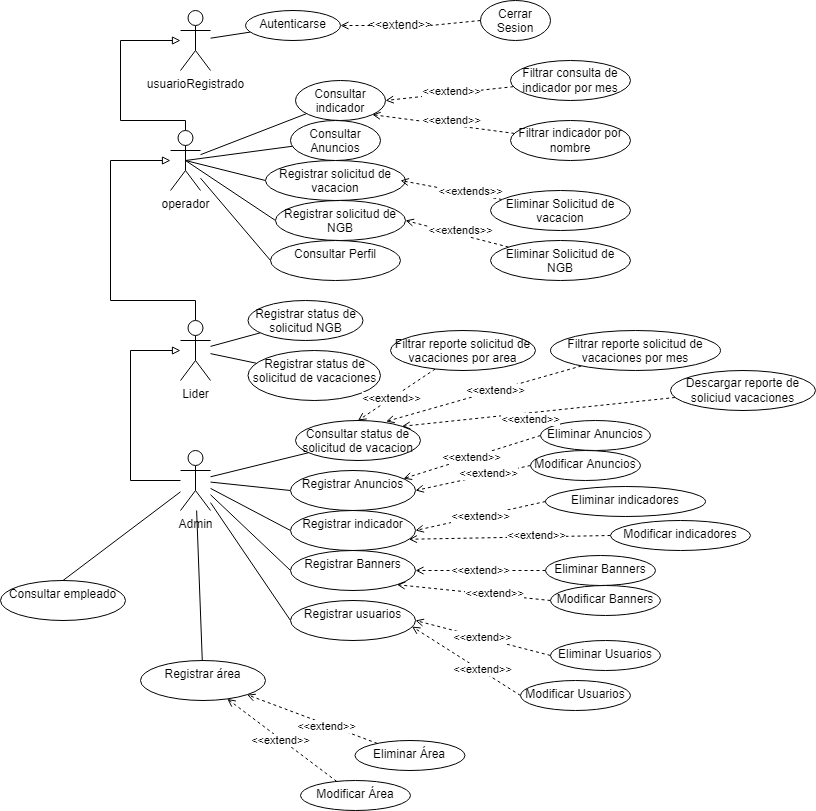
Before: Recursos_de_Proyecto/Diagrama Casos de Usos NatGas.drawio.png, a diagram exported from draw.io (AndresMaganaPerez/Phantom_tc2005b). Source tidied: cells renumbered, new cells last; positions are measured from the earlier drawing's top-left corner, leaving out a move shared by most shapes.
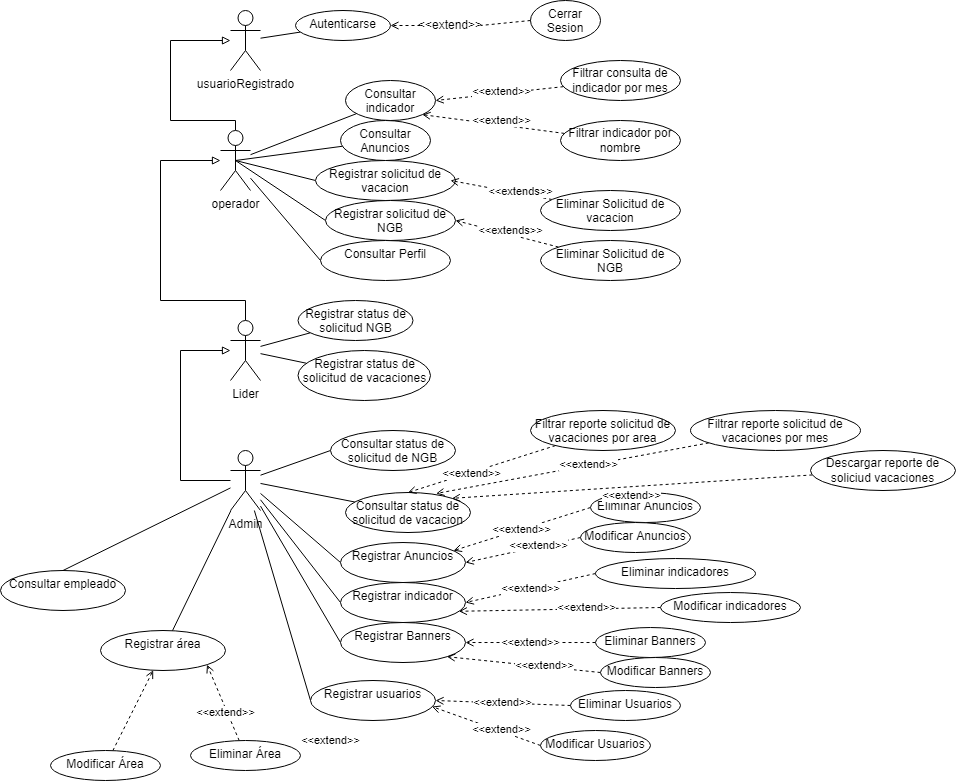
After the commit.

Change to the diagram source:
```diff
@@ -106,23 +106,26 @@
     <mxCell id="30" style="edgeStyle=none;rounded=0;jettySize=auto;html=1;entryX=0.5;entryY=0;entryDx=0;entryDy=0;endArrow=none;endFill=0;" parent="1" edge="1" source="31" target="89">
       <mxGeometry relative="1" as="geometry" />
     </mxCell>
+    <mxCell id="90" style="rounded=0;jettySize=auto;html=1;entryX=0;entryY=0.5;entryDx=0;entryDy=0;endArrow=none;endFill=0;" parent="1" edge="1" source="31" target="91">
+      <mxGeometry relative="1" as="geometry" />
+    </mxCell>
     <mxCell id="31" value="Admin" style="shape=umlActor;verticalLabelPosition=bottom;verticalAlign=top;html=1;outlineConnect=0;" parent="1" vertex="1">
       <mxGeometry x="180" y="450" width="30" height="60" as="geometry" />
     </mxCell>
     <mxCell id="32" value="Consultar status de solicitud de vacacion" style="ellipse;whiteSpace=wrap;html=1;verticalAlign=top;" parent="1" vertex="1">
-      <mxGeometry x="295" y="420" width="125" height="40" as="geometry" />
+      <mxGeometry x="295" y="492" width="125" height="40" as="geometry" />
     </mxCell>
     <mxCell id="33" value="Registrar Anuncios" style="ellipse;whiteSpace=wrap;html=1;verticalAlign=top;" parent="1" vertex="1">
-      <mxGeometry x="290" y="470" width="125" height="40" as="geometry" />
+      <mxGeometry x="290" y="542" width="125" height="40" as="geometry" />
     </mxCell>
     <mxCell id="34" value="Registrar indicador" style="ellipse;whiteSpace=wrap;html=1;verticalAlign=top;" parent="1" vertex="1">
-      <mxGeometry x="290" y="510" width="125" height="40" as="geometry" />
+      <mxGeometry x="290" y="582" width="125" height="40" as="geometry" />
     </mxCell>
     <mxCell id="35" value="Registrar Banners" style="ellipse;whiteSpace=wrap;html=1;verticalAlign=top;" parent="1" vertex="1">
-      <mxGeometry x="290" y="550" width="125" height="40" as="geometry" />
+      <mxGeometry x="290" y="622" width="125" height="40" as="geometry" />
     </mxCell>
     <mxCell id="36" value="Registrar usuarios" style="ellipse;whiteSpace=wrap;html=1;verticalAlign=top;" parent="1" vertex="1">
-      <mxGeometry x="290" y="600" width="125" height="40" as="geometry" />
+      <mxGeometry x="260" y="680" width="125" height="40" as="geometry" />
     </mxCell>
     <mxCell id="37" value="Consultar Perfil" style="ellipse;whiteSpace=wrap;html=1;verticalAlign=top;" parent="1" vertex="1">
       <mxGeometry x="270" y="240" width="130" height="40" as="geometry" />
@@ -131,7 +134,7 @@
       <mxGeometry relative="1" as="geometry" />
     </mxCell>
     <mxCell id="39" value="Eliminar Anuncios" style="ellipse;whiteSpace=wrap;html=1;verticalAlign=top;" parent="1" vertex="1">
-      <mxGeometry x="540" y="420" width="110" height="30" as="geometry" />
+      <mxGeometry x="540" y="492" width="110" height="30" as="geometry" />
     </mxCell>
     <mxCell id="40" style="edgeStyle=none;rounded=0;jettySize=auto;html=1;exitX=0;exitY=0.5;exitDx=0;exitDy=0;dashed=1;endArrow=open;endFill=0;entryX=1;entryY=0.5;entryDx=0;entryDy=0;" parent="1" edge="1" source="42" target="33">
       <mxGeometry relative="1" as="geometry" />
@@ -140,13 +143,13 @@
       <mxGeometry x="-0.26" y="-2" relative="1" as="geometry" />
     </mxCell>
     <mxCell id="42" value="Modificar Anuncios" style="ellipse;whiteSpace=wrap;html=1;verticalAlign=top;" parent="1" vertex="1">
-      <mxGeometry x="530" y="450" width="110" height="30" as="geometry" />
+      <mxGeometry x="530" y="522" width="110" height="30" as="geometry" />
     </mxCell>
     <mxCell id="43" value="&amp;lt;&amp;lt;extend&amp;gt;&amp;gt;" style="edgeStyle=none;rounded=0;jettySize=auto;html=1;exitX=0;exitY=0.5;exitDx=0;exitDy=0;entryX=1;entryY=0.5;entryDx=0;entryDy=0;dashed=1;endArrow=open;endFill=0;" parent="1" edge="1" source="44" target="34">
       <mxGeometry relative="1" as="geometry" />
     </mxCell>
     <mxCell id="44" value="Eliminar indicadores" style="ellipse;whiteSpace=wrap;html=1;verticalAlign=top;" parent="1" vertex="1">
-      <mxGeometry x="545" y="486" width="160" height="30" as="geometry" />
+      <mxGeometry x="545" y="558" width="160" height="30" as="geometry" />
     </mxCell>
     <mxCell id="45" style="edgeStyle=none;rounded=0;jettySize=auto;html=1;exitX=0;exitY=0.5;exitDx=0;exitDy=0;dashed=1;endArrow=open;endFill=0;entryX=0.947;entryY=0.719;entryDx=0;entryDy=0;entryPerimeter=0;" parent="1" edge="1" source="47" target="34">
       <mxGeometry relative="1" as="geometry" />
@@ -155,13 +158,13 @@
       <mxGeometry x="-0.26" y="-2" relative="1" as="geometry" />
     </mxCell>
     <mxCell id="47" value="Modificar indicadores" style="ellipse;whiteSpace=wrap;html=1;verticalAlign=top;" parent="1" vertex="1">
-      <mxGeometry x="610" y="520" width="140" height="30" as="geometry" />
+      <mxGeometry x="610" y="592" width="140" height="30" as="geometry" />
     </mxCell>
     <mxCell id="48" value="&amp;lt;&amp;lt;extend&amp;gt;&amp;gt;" style="edgeStyle=none;rounded=0;jettySize=auto;html=1;exitX=0;exitY=0.5;exitDx=0;exitDy=0;entryX=1;entryY=0.5;entryDx=0;entryDy=0;dashed=1;endArrow=open;endFill=0;" parent="1" edge="1" source="49" target="35">
       <mxGeometry relative="1" as="geometry" />
     </mxCell>
     <mxCell id="49" value="Eliminar Banners" style="ellipse;whiteSpace=wrap;html=1;verticalAlign=top;" parent="1" vertex="1">
-      <mxGeometry x="545" y="555" width="110" height="30" as="geometry" />
+      <mxGeometry x="545" y="627" width="110" height="30" as="geometry" />
     </mxCell>
     <mxCell id="50" style="edgeStyle=none;rounded=0;jettySize=auto;html=1;exitX=0;exitY=0.5;exitDx=0;exitDy=0;dashed=1;endArrow=open;endFill=0;entryX=1;entryY=1;entryDx=0;entryDy=0;" parent="1" edge="1" source="52" target="35">
       <mxGeometry relative="1" as="geometry" />
@@ -170,13 +173,13 @@
       <mxGeometry x="-0.26" y="-2" relative="1" as="geometry" />
     </mxCell>
     <mxCell id="52" value="Modificar Banners" style="ellipse;whiteSpace=wrap;html=1;verticalAlign=top;" parent="1" vertex="1">
-      <mxGeometry x="550" y="585" width="110" height="30" as="geometry" />
+      <mxGeometry x="550" y="657" width="110" height="30" as="geometry" />
     </mxCell>
     <mxCell id="53" value="&amp;lt;&amp;lt;extend&amp;gt;&amp;gt;" style="edgeStyle=none;rounded=0;jettySize=auto;html=1;exitX=0;exitY=0.5;exitDx=0;exitDy=0;entryX=1;entryY=0.5;entryDx=0;entryDy=0;dashed=1;endArrow=open;endFill=0;" parent="1" edge="1" source="54" target="36">
       <mxGeometry relative="1" as="geometry" />
     </mxCell>
     <mxCell id="54" value="Eliminar Usuarios" style="ellipse;whiteSpace=wrap;html=1;verticalAlign=top;" parent="1" vertex="1">
-      <mxGeometry x="550" y="640" width="110" height="30" as="geometry" />
+      <mxGeometry x="520" y="690" width="110" height="30" as="geometry" />
     </mxCell>
     <mxCell id="55" style="edgeStyle=none;rounded=0;jettySize=auto;html=1;exitX=0;exitY=0.5;exitDx=0;exitDy=0;dashed=1;endArrow=open;endFill=0;entryX=0.972;entryY=0.652;entryDx=0;entryDy=0;entryPerimeter=0;" parent="1" edge="1" source="57" target="36">
       <mxGeometry relative="1" as="geometry" />
@@ -185,7 +188,7 @@
       <mxGeometry x="-0.26" y="-2" relative="1" as="geometry" />
     </mxCell>
     <mxCell id="57" value="Modificar Usuarios" style="ellipse;whiteSpace=wrap;html=1;verticalAlign=top;" parent="1" vertex="1">
-      <mxGeometry x="520" y="680" width="110" height="30" as="geometry" />
+      <mxGeometry x="490" y="730" width="110" height="30" as="geometry" />
     </mxCell>
     <mxCell id="58" style="edgeStyle=none;rounded=0;jettySize=auto;html=1;dashed=1;endArrow=open;endFill=0;" parent="1" edge="1" source="60">
       <mxGeometry relative="1" as="geometry">
@@ -218,7 +221,7 @@
       </mxGeometry>
     </mxCell>
     <mxCell id="66" value="Descargar reporte de soliciud vacaciones" style="ellipse;whiteSpace=wrap;html=1;" parent="1" vertex="1">
-      <mxGeometry x="670" y="370" width="145" height="40" as="geometry" />
+      <mxGeometry x="760" y="450" width="145" height="40" as="geometry" />
     </mxCell>
     <mxCell id="67" style="rounded=0;jettySize=auto;html=1;entryX=0.5;entryY=0;entryDx=0;entryDy=0;endArrow=open;endFill=0;dashed=1;" parent="1" edge="1" source="69" target="32">
       <mxGeometry relative="1" as="geometry" />
@@ -227,7 +230,7 @@
       <mxGeometry x="0.15" relative="1" as="geometry" />
     </mxCell>
     <mxCell id="69" value="Filtrar reporte solicitud de vacaciones por area" style="ellipse;whiteSpace=wrap;html=1;verticalAlign=top;" parent="1" vertex="1">
-      <mxGeometry x="390" y="330" width="145" height="40" as="geometry" />
+      <mxGeometry x="480" y="410" width="145" height="40" as="geometry" />
     </mxCell>
     <mxCell id="70" value="&amp;lt;&amp;lt;extend&amp;gt;&amp;gt;" style="text;html=1;strokeColor=none;fillColor=none;align=center;verticalAlign=middle;whiteSpace=wrap;rounded=0;" parent="1" vertex="1">
       <mxGeometry x="370" y="10" width="60" height="30" as="geometry" />
@@ -264,13 +267,13 @@
       <mxGeometry x="-0.12" y="-1" relative="1" as="geometry" />
     </mxCell>
     <mxCell id="80" value="Filtrar reporte solicitud de vacaciones por mes" style="ellipse;whiteSpace=wrap;html=1;verticalAlign=top;" parent="1" vertex="1">
-      <mxGeometry x="550" y="330" width="170" height="40" as="geometry" />
+      <mxGeometry x="640" y="410" width="170" height="40" as="geometry" />
     </mxCell>
     <mxCell id="81" style="rounded=0;jettySize=auto;html=1;endArrow=none;endFill=0;" parent="1" edge="1" source="82" target="31">
       <mxGeometry relative="1" as="geometry" />
     </mxCell>
     <mxCell id="82" value="Registrar área" style="ellipse;whiteSpace=wrap;html=1;verticalAlign=top;" parent="1" vertex="1">
-      <mxGeometry x="140" y="660" width="125" height="40" as="geometry" />
+      <mxGeometry x="50" y="630" width="125" height="40" as="geometry" />
     </mxCell>
     <mxCell id="83" style="edgeStyle=none;rounded=0;jettySize=auto;html=1;entryX=1;entryY=1;entryDx=0;entryDy=0;dashed=1;endArrow=open;endFill=0;" parent="1" edge="1" source="85" target="82">
       <mxGeometry relative="1" as="geometry" />
@@ -279,19 +282,22 @@
       <mxGeometry x="-0.23" y="2" relative="1" as="geometry" />
     </mxCell>
     <mxCell id="85" value="Eliminar Área" style="ellipse;whiteSpace=wrap;html=1;verticalAlign=top;" parent="1" vertex="1">
-      <mxGeometry x="354.5" y="740" width="110" height="30" as="geometry" />
+      <mxGeometry x="140" y="740" width="110" height="30" as="geometry" />
     </mxCell>
     <mxCell id="86" style="edgeStyle=none;rounded=0;jettySize=auto;html=1;dashed=1;endArrow=open;endFill=0;" parent="1" edge="1" source="87" target="82">
       <mxGeometry relative="1" as="geometry" />
     </mxCell>
     <mxCell id="87" value="Modificar Área" style="ellipse;whiteSpace=wrap;html=1;verticalAlign=top;" parent="1" vertex="1">
-      <mxGeometry x="300" y="780" width="110" height="30" as="geometry" />
+      <mxGeometry y="750" width="110" height="30" as="geometry" />
     </mxCell>
     <mxCell id="88" value="&amp;lt;&amp;lt;extend&amp;gt;&amp;gt;" style="edgeLabel;html=1;align=center;verticalAlign=middle;" parent="1" vertex="1">
       <mxGeometry x="280" y="740" as="geometry" />
     </mxCell>
     <mxCell id="89" value="Consultar empleado" style="ellipse;whiteSpace=wrap;html=1;verticalAlign=top;" parent="1" vertex="1">
-      <mxGeometry y="580" width="125" height="40" as="geometry" />
+      <mxGeometry x="-50" y="570" width="125" height="40" as="geometry" />
     </mxCell>
+    <mxCell id="91" value="Consultar status de solicitud de NGB" style="ellipse;whiteSpace=wrap;html=1;verticalAlign=top;" parent="1" vertex="1">
+      <mxGeometry x="280" y="430" width="125" height="40" as="geometry" />
+    </mxCell>
   </root>
 </mxGraphModel>
```
